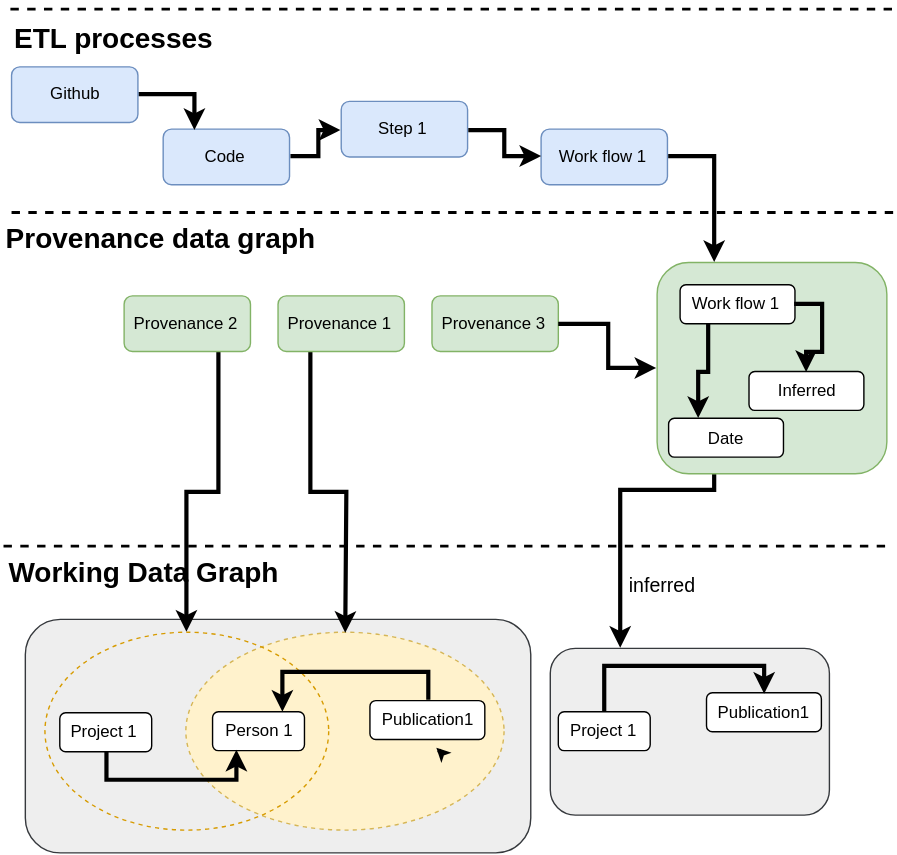
Before: images/ontology_usecase.svg, a diagram exported from draw.io (ATTX-project/ATTX-project.github.io). Source tidied: cells renumbered, new cells last; positions are measured from the earlier drawing's top-left corner, leaving out a move shared by most shapes.
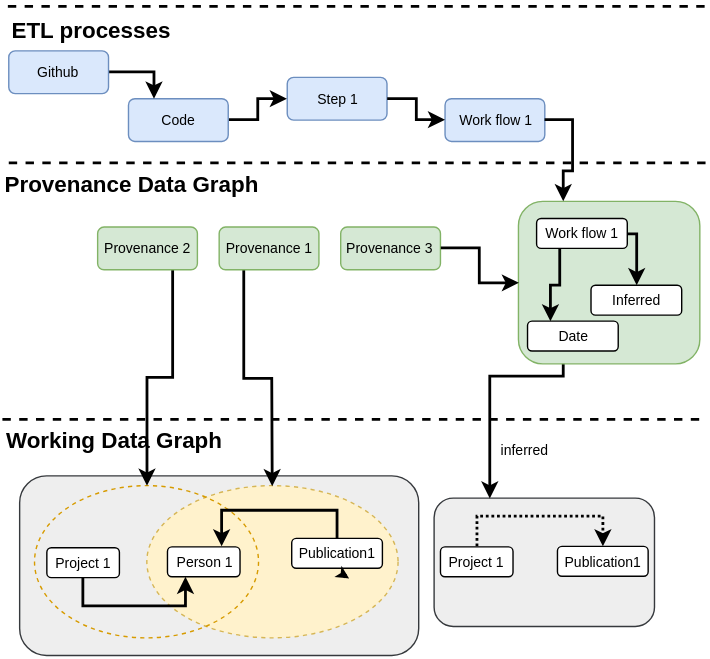
Later version of the same file.

Commit message:
smaller size image

Diff of the diagram source:
```diff
@@ -3,145 +3,150 @@
     <mxCell id="0" />
     <mxCell id="1" parent="0" />
     <mxCell id="2" style="group;fontSize=12;" parent="1" vertex="1">
-      <mxGeometry width="637" height="607" as="geometry" />
+      <mxGeometry width="503" height="467" as="geometry" />
     </mxCell>
     <mxCell id="3" style="whiteSpace=wrap;html=1;fontSize=16;fillColor=#eeeeee;strokeColor=#36393d;rounded=1;" parent="2" vertex="1">
-      <mxGeometry x="15.6" y="440.2" width="361.2" height="166.8" as="geometry" />
+      <mxGeometry x="12.3" y="338.6" width="285.2" height="128.4" as="geometry" />
     </mxCell>
     <mxCell id="4" style="ellipse;whiteSpace=wrap;html=1;fontSize=16;fillColor=#fff2cc;dashed=1;strokeColor=#d6b656;" parent="2" vertex="1">
-      <mxGeometry x="130.5" y="449.7" width="227.4" height="141.4" as="geometry" />
+      <mxGeometry x="103.1" y="346" width="179.6" height="108.8" as="geometry" />
     </mxCell>
     <mxCell id="5" style="ellipse;whiteSpace=wrap;html=1;fontSize=16;fillColor=none;dashed=1;strokeColor=#d79b00;" parent="2" vertex="1">
-      <mxGeometry x="29.6" y="449.7" width="202.8" height="141.4" as="geometry" />
+      <mxGeometry x="23.3" y="346" width="160.1" height="108.8" as="geometry" />
     </mxCell>
-    <mxCell id="6" value="Project 1" style="rounded=1;whiteSpace=wrap;html=1;fontSize=12;" parent="2" vertex="1">
-      <mxGeometry x="40.2" y="506.9" width="65.7" height="27.8" as="geometry" />
+    <mxCell id="6" value="Project 1" style="rounded=1;whiteSpace=wrap;html=1;fontSize=10;" parent="2" vertex="1">
+      <mxGeometry x="31.8" y="390" width="51.9" height="21.4" as="geometry" />
     </mxCell>
-    <mxCell id="7" value="Person 1" style="rounded=1;whiteSpace=wrap;html=1;fontSize=12;" parent="2" vertex="1">
-      <mxGeometry x="149.4" y="506.1" width="65.7" height="27.8" as="geometry" />
+    <mxCell id="7" value="Person 1" style="rounded=1;whiteSpace=wrap;html=1;fontSize=10;" parent="2" vertex="1">
+      <mxGeometry x="118" y="389.4" width="51.9" height="21.4" as="geometry" />
     </mxCell>
-    <mxCell id="8" style="edgeStyle=orthogonalEdgeStyle;rounded=0;html=1;exitX=0.5;exitY=1;entryX=0.25;entryY=1;jettySize=auto;strokeWidth=3;fontSize=16;" parent="2" edge="1" source="6" target="7">
+    <mxCell id="8" style="edgeStyle=orthogonalEdgeStyle;rounded=0;html=1;exitX=0.5;exitY=1;entryX=0.25;entryY=1;jettySize=auto;strokeWidth=2;fontSize=16;" parent="2" edge="1" source="6" target="7">
       <mxGeometry relative="1" as="geometry" />
     </mxCell>
-    <mxCell id="9" style="edgeStyle=orthogonalEdgeStyle;rounded=0;html=1;exitX=0.5;exitY=0;entryX=0.75;entryY=0;jettySize=auto;strokeWidth=3;fontSize=16;" parent="2" edge="1" source="10" target="7">
+    <mxCell id="9" style="edgeStyle=orthogonalEdgeStyle;rounded=0;html=1;exitX=0.5;exitY=0;entryX=0.75;entryY=0;jettySize=auto;strokeWidth=2;fontSize=16;" parent="2" edge="1" source="10" target="7">
       <mxGeometry relative="1" as="geometry" />
     </mxCell>
-    <mxCell id="10" value="Publication1" style="rounded=1;whiteSpace=wrap;html=1;fontSize=12;" parent="2" vertex="1">
-      <mxGeometry x="261.9" y="498.2" width="82.1" height="27.8" as="geometry" />
+    <mxCell id="10" value="Publication1" style="rounded=1;whiteSpace=wrap;html=1;fontSize=10;" parent="2" vertex="1">
+      <mxGeometry x="206.8" y="383.3" width="64.8" height="21.4" as="geometry" />
     </mxCell>
-    <mxCell id="11" value="Step 1" style="rounded=1;whiteSpace=wrap;html=1;fillColor=#dae8fc;fontSize=12;strokeColor=#6c8ebf;" parent="2" vertex="1">
-      <mxGeometry x="241.3" y="69.9" width="90.3" height="39.7" as="geometry" />
+    <mxCell id="11" value="Step 1" style="rounded=1;whiteSpace=wrap;html=1;fillColor=#dae8fc;fontSize=10;strokeColor=#6c8ebf;" parent="2" vertex="1">
+      <mxGeometry x="203.6" y="53.8" width="71.3" height="30.6" as="geometry" />
     </mxCell>
-    <mxCell id="12" value="Work flow 1" style="rounded=1;whiteSpace=wrap;html=1;fillColor=#dae8fc;fontSize=12;strokeColor=#6c8ebf;" parent="2" vertex="1">
-      <mxGeometry x="384.2" y="89.8" width="90.3" height="39.7" as="geometry" />
+    <mxCell id="12" value="Work flow 1" style="rounded=1;whiteSpace=wrap;html=1;fillColor=#dae8fc;fontSize=10;strokeColor=#6c8ebf;" parent="2" vertex="1">
+      <mxGeometry x="316.4" y="69.1" width="71.3" height="30.6" as="geometry" />
     </mxCell>
-    <mxCell id="13" style="edgeStyle=orthogonalEdgeStyle;rounded=0;html=1;exitX=1;exitY=0.5;jettySize=auto;strokeWidth=3;fontSize=22;" parent="2" edge="1" source="11" target="12">
+    <mxCell id="13" style="edgeStyle=orthogonalEdgeStyle;rounded=0;html=1;exitX=1;exitY=0.5;jettySize=auto;strokeWidth=2;fontSize=22;" parent="2" edge="1" source="11" target="12">
       <mxGeometry relative="1" as="geometry" />
     </mxCell>
-    <mxCell id="14" style="edgeStyle=orthogonalEdgeStyle;rounded=0;html=1;exitX=0.75;exitY=1;entryX=0.5;entryY=0;jettySize=auto;strokeWidth=3;fontSize=22;" parent="2" edge="1" source="15" target="5">
+    <mxCell id="14" style="edgeStyle=orthogonalEdgeStyle;rounded=0;html=1;exitX=0.75;exitY=1;entryX=0.5;entryY=0;jettySize=auto;strokeWidth=2;fontSize=22;" parent="2" edge="1" source="15" target="5">
       <mxGeometry relative="1" as="geometry">
         <Array as="points">
-          <mxPoint x="153.5" y="348.8" />
-          <mxPoint x="130.5" y="348.8" />
+          <mxPoint x="121.2" y="268.3" />
+          <mxPoint x="103.1" y="268.3" />
         </Array>
       </mxGeometry>
     </mxCell>
-    <mxCell id="15" value="Provenance 2" style="rounded=1;whiteSpace=wrap;html=1;fillColor=#d5e8d4;fontSize=12;strokeColor=#82b366;" parent="2" vertex="1">
-      <mxGeometry x="86.2" y="209" width="90.3" height="39.7" as="geometry" />
+    <mxCell id="15" value="Provenance 2" style="rounded=1;whiteSpace=wrap;html=1;fillColor=#d5e8d4;fontSize=10;strokeColor=#82b366;" parent="2" vertex="1">
+      <mxGeometry x="68.1" y="160.8" width="71.3" height="30.6" as="geometry" />
     </mxCell>
-    <mxCell id="16" style="edgeStyle=orthogonalEdgeStyle;rounded=0;html=1;exitX=0.25;exitY=1;jettySize=auto;strokeWidth=3;fontSize=16;" parent="2" edge="1" source="17" target="4">
+    <mxCell id="16" style="edgeStyle=orthogonalEdgeStyle;rounded=0;html=1;exitX=0.25;exitY=1;jettySize=auto;strokeWidth=2;fontSize=16;" parent="2" edge="1" source="17" target="4">
       <mxGeometry relative="1" as="geometry" />
     </mxCell>
-    <mxCell id="17" value="Provenance 1" style="rounded=1;whiteSpace=wrap;html=1;fillColor=#d5e8d4;fontSize=12;strokeColor=#82b366;" parent="2" vertex="1">
-      <mxGeometry x="196.2" y="209" width="90.3" height="39.7" as="geometry" />
+    <mxCell id="17" value="Provenance 1" style="rounded=1;whiteSpace=wrap;html=1;fillColor=#d5e8d4;fontSize=10;strokeColor=#82b366;" parent="2" vertex="1">
+      <mxGeometry x="154.9" y="160.8" width="71.3" height="30.6" as="geometry" />
     </mxCell>
     <mxCell id="18" style="whiteSpace=wrap;html=1;fontSize=16;fillColor=#eeeeee;strokeColor=#36393d;rounded=1;" parent="2" vertex="1">
-      <mxGeometry x="390.7" y="460.8" width="199.5" height="119.2" as="geometry" />
+      <mxGeometry x="308.5" y="354.5" width="157.5" height="91.7" as="geometry" />
     </mxCell>
-    <mxCell id="19" value="Project 1" style="rounded=1;whiteSpace=wrap;html=1;fontSize=12;" parent="2" vertex="1">
-      <mxGeometry x="396.5" y="506.1" width="65.7" height="27.8" as="geometry" />
+    <mxCell id="19" value="Project 1" style="rounded=1;whiteSpace=wrap;html=1;fontSize=10;" parent="2" vertex="1">
+      <mxGeometry x="313.1" y="389.4" width="51.9" height="21.4" as="geometry" />
     </mxCell>
     <mxCell id="20" style="edgeStyle=orthogonalEdgeStyle;rounded=0;html=1;exitX=0.5;exitY=1;entryX=0.5;entryY=1;jettySize=auto;orthogonalLoop=1;strokeWidth=3;fontSize=16;" parent="2" edge="1" source="10" target="10">
       <mxGeometry relative="1" as="geometry" />
     </mxCell>
     <mxCell id="21" style="edgeStyle=orthogonalEdgeStyle;rounded=0;html=1;exitX=0.5;exitY=1;entryX=0.5;entryY=1;jettySize=auto;orthogonalLoop=1;strokeWidth=3;fontSize=16;" parent="2" edge="1">
-      <mxGeometry x="311" y="533.6" as="geometry">
-        <mxPoint x="311" y="533.6" as="sourcePoint" />
-        <mxPoint x="311" y="533.6" as="targetPoint" />
+      <mxGeometry x="245.6" y="410.5" as="geometry">
+        <mxPoint x="245.6" y="410.5" as="sourcePoint" />
+        <mxPoint x="245.6" y="410.5" as="targetPoint" />
       </mxGeometry>
     </mxCell>
-    <mxCell id="22" value="Publication1" style="rounded=1;whiteSpace=wrap;html=1;fontSize=12;" parent="2" vertex="1">
-      <mxGeometry x="502.4" y="492.6" width="82.1" height="27.8" as="geometry" />
+    <mxCell id="22" value="Publication1" style="rounded=1;whiteSpace=wrap;html=1;fontSize=10;" parent="2" vertex="1">
+      <mxGeometry x="396.7" y="389" width="64.8" height="21.4" as="geometry" />
     </mxCell>
-    <mxCell id="23" style="edgeStyle=orthogonalEdgeStyle;rounded=0;html=1;exitX=0.5;exitY=0;entryX=0.5;entryY=0;jettySize=auto;strokeWidth=3;fontSize=16;" parent="2" edge="1" source="19" target="22">
-      <mxGeometry relative="1" as="geometry" />
+    <mxCell id="23" style="edgeStyle=orthogonalEdgeStyle;rounded=0;html=1;exitX=0.5;exitY=0;entryX=0.5;entryY=0;jettySize=auto;strokeWidth=2;fontSize=16;dashed=1;dashPattern=1 1;" parent="2" edge="1" source="19" target="22">
+      <mxGeometry relative="1" as="geometry">
+        <Array as="points">
+          <mxPoint x="339" y="367" />
+          <mxPoint x="429" y="367" />
+        </Array>
+      </mxGeometry>
     </mxCell>
-    <mxCell id="24" style="edgeStyle=orthogonalEdgeStyle;rounded=0;html=1;exitX=1;exitY=0.5;entryX=0;entryY=0.5;jettySize=auto;strokeWidth=3;fontSize=22;" parent="2" edge="1" source="25" target="11">
+    <mxCell id="24" style="edgeStyle=orthogonalEdgeStyle;rounded=0;html=1;exitX=1;exitY=0.5;entryX=0;entryY=0.5;jettySize=auto;strokeWidth=2;fontSize=22;" parent="2" edge="1" source="25" target="11">
       <mxGeometry relative="1" as="geometry" />
     </mxCell>
-    <mxCell id="25" value="Code" style="rounded=1;whiteSpace=wrap;html=1;fillColor=#dae8fc;fontSize=12;strokeColor=#6c8ebf;" parent="2" vertex="1">
-      <mxGeometry x="114.1" y="89.8" width="90.3" height="39.7" as="geometry" />
+    <mxCell id="25" value="Code" style="rounded=1;whiteSpace=wrap;html=1;fillColor=#dae8fc;fontSize=10;strokeColor=#6c8ebf;" parent="2" vertex="1">
+      <mxGeometry x="90.1" y="69.1" width="71.3" height="30.6" as="geometry" />
     </mxCell>
-    <mxCell id="26" value="Provenance 3" style="rounded=1;whiteSpace=wrap;html=1;fillColor=#d5e8d4;fontSize=12;strokeColor=#82b366;" parent="2" vertex="1">
-      <mxGeometry x="306.2" y="209" width="90.3" height="39.7" as="geometry" />
+    <mxCell id="26" value="Provenance 3" style="rounded=1;whiteSpace=wrap;html=1;fillColor=#d5e8d4;fontSize=10;strokeColor=#82b366;" parent="2" vertex="1">
+      <mxGeometry x="241.8" y="160.8" width="71.3" height="30.6" as="geometry" />
     </mxCell>
-    <mxCell id="27" style="edgeStyle=orthogonalEdgeStyle;rounded=0;html=1;exitX=0.25;exitY=1;entryX=0.25;entryY=0;jettySize=auto;strokeWidth=3;fontSize=22;" parent="2" edge="1" source="28" target="18">
+    <mxCell id="27" style="edgeStyle=orthogonalEdgeStyle;rounded=0;html=1;exitX=0.25;exitY=1;entryX=0.25;entryY=0;jettySize=auto;strokeWidth=2;fontSize=22;" parent="2" edge="1" source="28" target="18">
       <mxGeometry relative="1" as="geometry">
         <Array as="points">
-          <mxPoint x="508.1" y="347.2" />
-          <mxPoint x="440.8" y="347.2" />
+          <mxPoint x="401.2" y="267.1" />
+          <mxPoint x="348.1" y="267.1" />
         </Array>
       </mxGeometry>
     </mxCell>
     <mxCell id="28" style="whiteSpace=wrap;html=1;fillColor=#d5e8d4;fontSize=16;strokeColor=#82b366;rounded=1;" parent="2" vertex="1">
-      <mxGeometry x="467.1" y="185.1" width="164.2" height="151" as="geometry" />
+      <mxGeometry x="368.8" y="142.4" width="129.6" height="116.1" as="geometry" />
     </mxCell>
-    <mxCell id="29" style="edgeStyle=orthogonalEdgeStyle;rounded=0;html=1;exitX=1;exitY=0.5;entryX=0.25;entryY=0;jettySize=auto;strokeWidth=3;fontSize=16;" parent="2" edge="1" source="12" target="28">
+    <mxCell id="29" style="edgeStyle=orthogonalEdgeStyle;rounded=0;html=1;exitX=1;exitY=0.5;entryX=0.25;entryY=0;jettySize=auto;strokeWidth=2;fontSize=16;" parent="2" edge="1" source="12" target="28">
       <mxGeometry relative="1" as="geometry" />
     </mxCell>
-    <mxCell id="30" value="Work flow 1" style="rounded=1;whiteSpace=wrap;html=1;fontSize=12;" parent="2" vertex="1">
-      <mxGeometry x="483.5" y="201" width="82.1" height="27.8" as="geometry" />
+    <mxCell id="30" value="Work flow 1" style="rounded=1;whiteSpace=wrap;html=1;fontSize=10;" parent="2" vertex="1">
+      <mxGeometry x="381.8" y="154.6" width="64.8" height="21.4" as="geometry" />
     </mxCell>
-    <mxCell id="31" style="edgeStyle=orthogonalEdgeStyle;rounded=0;html=1;exitX=1;exitY=0.5;entryX=0;entryY=0.5;jettySize=auto;strokeWidth=3;fontSize=22;" parent="2" edge="1" source="26" target="28">
+    <mxCell id="31" style="edgeStyle=orthogonalEdgeStyle;rounded=0;html=1;exitX=1;exitY=0.5;entryX=0;entryY=0.5;jettySize=auto;strokeWidth=2;fontSize=22;" parent="2" edge="1" source="26" target="28">
       <mxGeometry relative="1" as="geometry" />
     </mxCell>
-    <mxCell id="32" value="Date" style="rounded=1;whiteSpace=wrap;html=1;fontSize=12;" parent="2" vertex="1">
-      <mxGeometry x="475.3" y="296.3" width="82.1" height="27.8" as="geometry" />
+    <mxCell id="32" value="Date" style="rounded=1;whiteSpace=wrap;html=1;fontSize=10;" parent="2" vertex="1">
+      <mxGeometry x="375.3" y="228" width="64.8" height="21.4" as="geometry" />
     </mxCell>
-    <mxCell id="33" style="edgeStyle=orthogonalEdgeStyle;rounded=0;html=1;exitX=0.25;exitY=1;entryX=0.25;entryY=0;jettySize=auto;strokeWidth=3;fontSize=16;" parent="2" edge="1" source="30" target="32">
+    <mxCell id="33" style="edgeStyle=orthogonalEdgeStyle;rounded=0;html=1;exitX=0.25;exitY=1;entryX=0.25;entryY=0;jettySize=auto;strokeWidth=2;fontSize=16;" parent="2" edge="1" source="30" target="32">
       <mxGeometry relative="1" as="geometry" />
     </mxCell>
-    <mxCell id="34" value="Inferred" style="rounded=1;whiteSpace=wrap;html=1;fontSize=12;" parent="2" vertex="1">
-      <mxGeometry x="532.7" y="263" width="82.1" height="27.8" as="geometry" />
+    <mxCell id="34" value="Inferred" style="rounded=1;whiteSpace=wrap;html=1;fontSize=10;" parent="2" vertex="1">
+      <mxGeometry x="420.7" y="202.3" width="64.8" height="21.4" as="geometry" />
     </mxCell>
     <mxCell id="35" style="line;strokeWidth=2;html=1;fillColor=none;fontSize=16;dashed=1;" parent="2" vertex="1">
-      <mxGeometry y="383.7" width="631.3" height="7.9" as="geometry" />
+      <mxGeometry y="295.2" width="498.5" height="6.1" as="geometry" />
     </mxCell>
     <mxCell id="36" style="line;strokeWidth=2;html=1;fillColor=none;fontSize=16;dashed=1;" parent="2" vertex="1">
-      <mxGeometry x="5.7" y="145.4" width="631.3" height="7.9" as="geometry" />
+      <mxGeometry x="4.5" y="111.9" width="498.5" height="6.1" as="geometry" />
     </mxCell>
-    <mxCell id="37" value="Provenance data graph" style="text;html=1;align=left;verticalAlign=top;spacingTop=-4;fontSize=20;fontStyle=1;" parent="2" vertex="1">
-      <mxGeometry y="153.3" width="240" height="30" as="geometry" />
+    <mxCell id="37" value="Provenance Data Graph" style="text;html=1;align=left;verticalAlign=top;spacingTop=-4;fontSize=16;fontStyle=1;" parent="2" vertex="1">
+      <mxGeometry y="118" width="230" height="30" as="geometry" />
     </mxCell>
-    <mxCell id="38" value="ETL processes" style="text;html=1;align=left;verticalAlign=top;spacingTop=-4;fontSize=20;fontStyle=1;" parent="2" vertex="1">
-      <mxGeometry x="5.7" y="10.3" width="150" height="30" as="geometry" />
+    <mxCell id="38" value="ETL processes" style="text;html=1;align=left;verticalAlign=top;spacingTop=-4;fontSize=16;fontStyle=1;" parent="2" vertex="1">
+      <mxGeometry x="4.5" y="7.9" width="150" height="30" as="geometry" />
     </mxCell>
     <mxCell id="39" style="line;strokeWidth=2;html=1;fillColor=none;fontSize=16;dashed=1;" parent="2" vertex="1">
-      <mxGeometry x="4.9" width="631.3" height="7.9" as="geometry" />
+      <mxGeometry x="3.9" width="498.5" height="6.1" as="geometry" />
     </mxCell>
-    <mxCell id="40" value="Working Data Graph" style="text;html=1;align=left;verticalAlign=top;spacingTop=-4;fontSize=20;fontStyle=1;" parent="2" vertex="1">
-      <mxGeometry x="1.6" y="391.7" width="220" height="30" as="geometry" />
+    <mxCell id="40" value="Working Data Graph" style="text;html=1;align=left;verticalAlign=top;spacingTop=-4;fontSize=16;fontStyle=1;" parent="2" vertex="1">
+      <mxGeometry x="1.3" y="301.3" width="220" height="30" as="geometry" />
     </mxCell>
-    <mxCell id="41" value="inferred" style="text;html=1;strokeColor=none;fillColor=none;align=center;verticalAlign=middle;whiteSpace=wrap;dashed=1;fontSize=14;" parent="2" vertex="1">
-      <mxGeometry x="455.1" y="407.5" width="32.8" height="15.9" as="geometry" />
+    <mxCell id="41" value="inferred" style="text;html=1;strokeColor=none;fillColor=none;align=center;verticalAlign=middle;whiteSpace=wrap;dashed=1;fontSize=10;" parent="2" vertex="1">
+      <mxGeometry x="359.3" y="313.5" width="25.9" height="12.2" as="geometry" />
     </mxCell>
-    <mxCell id="42" style="edgeStyle=orthogonalEdgeStyle;rounded=0;html=1;exitX=1;exitY=0.5;entryX=0.25;entryY=0;jettySize=auto;strokeWidth=3;fontSize=21;" parent="2" edge="1" source="43" target="25">
+    <mxCell id="42" style="edgeStyle=orthogonalEdgeStyle;rounded=0;html=1;exitX=1;exitY=0.5;entryX=0.25;entryY=0;jettySize=auto;strokeWidth=2;fontSize=21;" parent="2" edge="1" source="43" target="25">
       <mxGeometry relative="1" as="geometry" />
     </mxCell>
-    <mxCell id="43" value="Github" style="rounded=1;whiteSpace=wrap;html=1;fillColor=#dae8fc;fontSize=12;strokeColor=#6c8ebf;" parent="2" vertex="1">
-      <mxGeometry x="5.7" y="45.3" width="90.3" height="39.7" as="geometry" />
+    <mxCell id="43" value="Github" style="rounded=1;whiteSpace=wrap;html=1;fillColor=#dae8fc;fontSize=10;strokeColor=#6c8ebf;" parent="2" vertex="1">
+      <mxGeometry x="4.5" y="34.8" width="71.3" height="30.6" as="geometry" />
     </mxCell>
-    <mxCell id="44" style="edgeStyle=orthogonalEdgeStyle;rounded=0;html=1;exitX=1;exitY=0.5;entryX=0.5;entryY=0;jettySize=auto;strokeWidth=3;fontSize=16;" parent="2" edge="1" source="30" target="34">
+    <mxCell id="44" style="edgeStyle=orthogonalEdgeStyle;rounded=0;html=1;exitX=1;exitY=0.5;entryX=0.5;entryY=0;jettySize=auto;strokeWidth=2;fontSize=16;" parent="2" edge="1" source="30" target="34">
       <mxGeometry relative="1" as="geometry" />
     </mxCell>
   </root>
```
